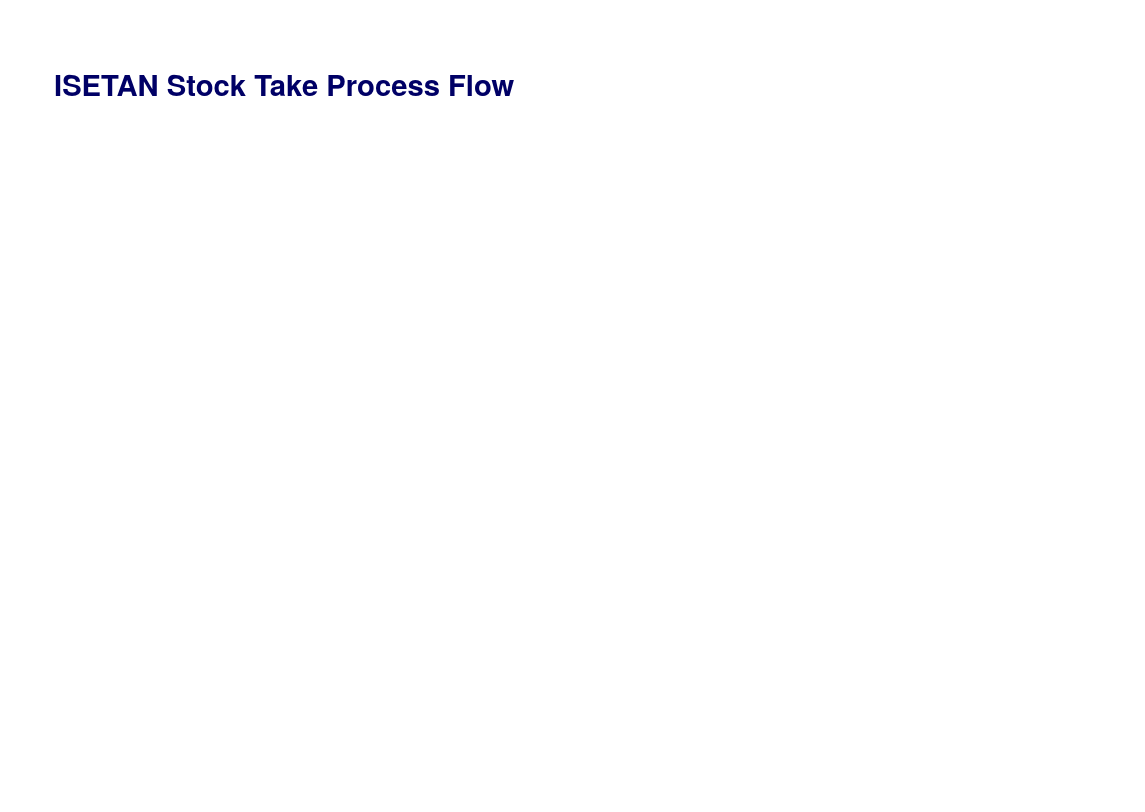
Before: StockTake_Process_Flow.drawio in kasungl/Isetan_Help, a draw.io diagram. Source tidied: cells renumbered, new cells numbered last; positions are measured from the earlier drawing's top-left corner, leaving out a move shared by most shapes. Both pictures are drawn from the tidied source at 146%, with x=0, y=0 at pixel (51, 54).
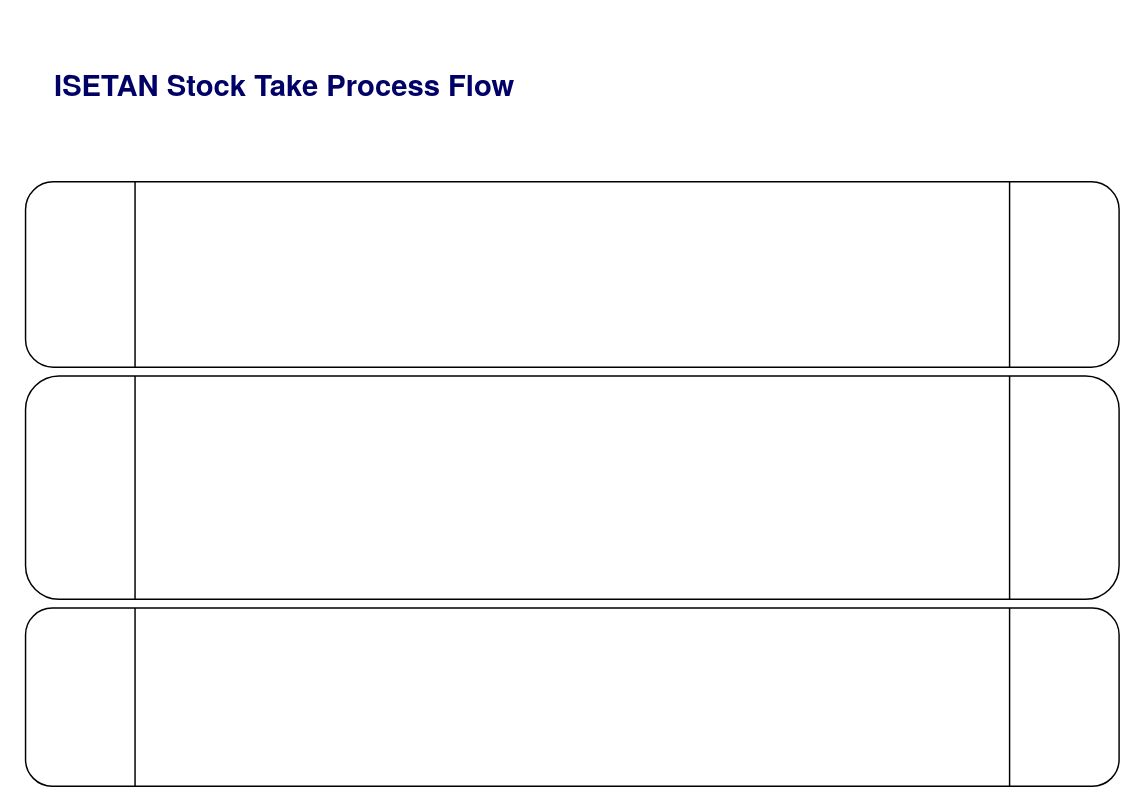
Above is the later version.

What changed in the source:
```diff
@@
 <mxGraphModel>
   <root>
     <mxCell id="0" />
     <mxCell id="1" parent="0" />
     <mxCell id="2" value="&lt;h2 style=&quot;box-sizing: border-box; margin-top: 1.75rem; margin-bottom: 0.5rem; line-height: 1.2; font-size: 20px; padding-bottom: 1rem; font-family: &amp;quot;Source Sans Pro&amp;quot;, HelveticaNeue-Light, &amp;quot;Helvetica Neue Light&amp;quot;, &amp;quot;Helvetica Neue&amp;quot;, Helvetica, Arial, &amp;quot;Lucida Grande&amp;quot;, sans-serif; background-color: rgb(255, 255, 255);&quot;&gt;ISETAN Stock Take Process Flow&lt;/h2&gt;" style="text;html=1;align=left;verticalAlign=middle;whiteSpace=wrap;rounded=0;fontSize=20;fontStyle=1;fontColor=#000066;" parent="1" vertex="1">
       <mxGeometry width="478" height="36" as="geometry" />
     </mxCell>
+    <mxCell id="3" style="shape=process;whiteSpace=wrap;html=1;backgroundOutline=1;rounded=1;" parent="1" vertex="1">
+      <mxGeometry x="-18" y="87" width="749" height="127" as="geometry" />
+    </mxCell>
+    <mxCell id="4" style="shape=process;whiteSpace=wrap;html=1;backgroundOutline=1;rounded=1;" parent="1" vertex="1">
+      <mxGeometry x="-18" y="220" width="749" height="153" as="geometry" />
+    </mxCell>
+    <mxCell id="5" style="shape=process;whiteSpace=wrap;html=1;backgroundOutline=1;rounded=1;" parent="1" vertex="1">
+      <mxGeometry x="-18" y="379" width="749" height="122" as="geometry" />
+    </mxCell>
   </root>
 </mxGraphModel>
```
